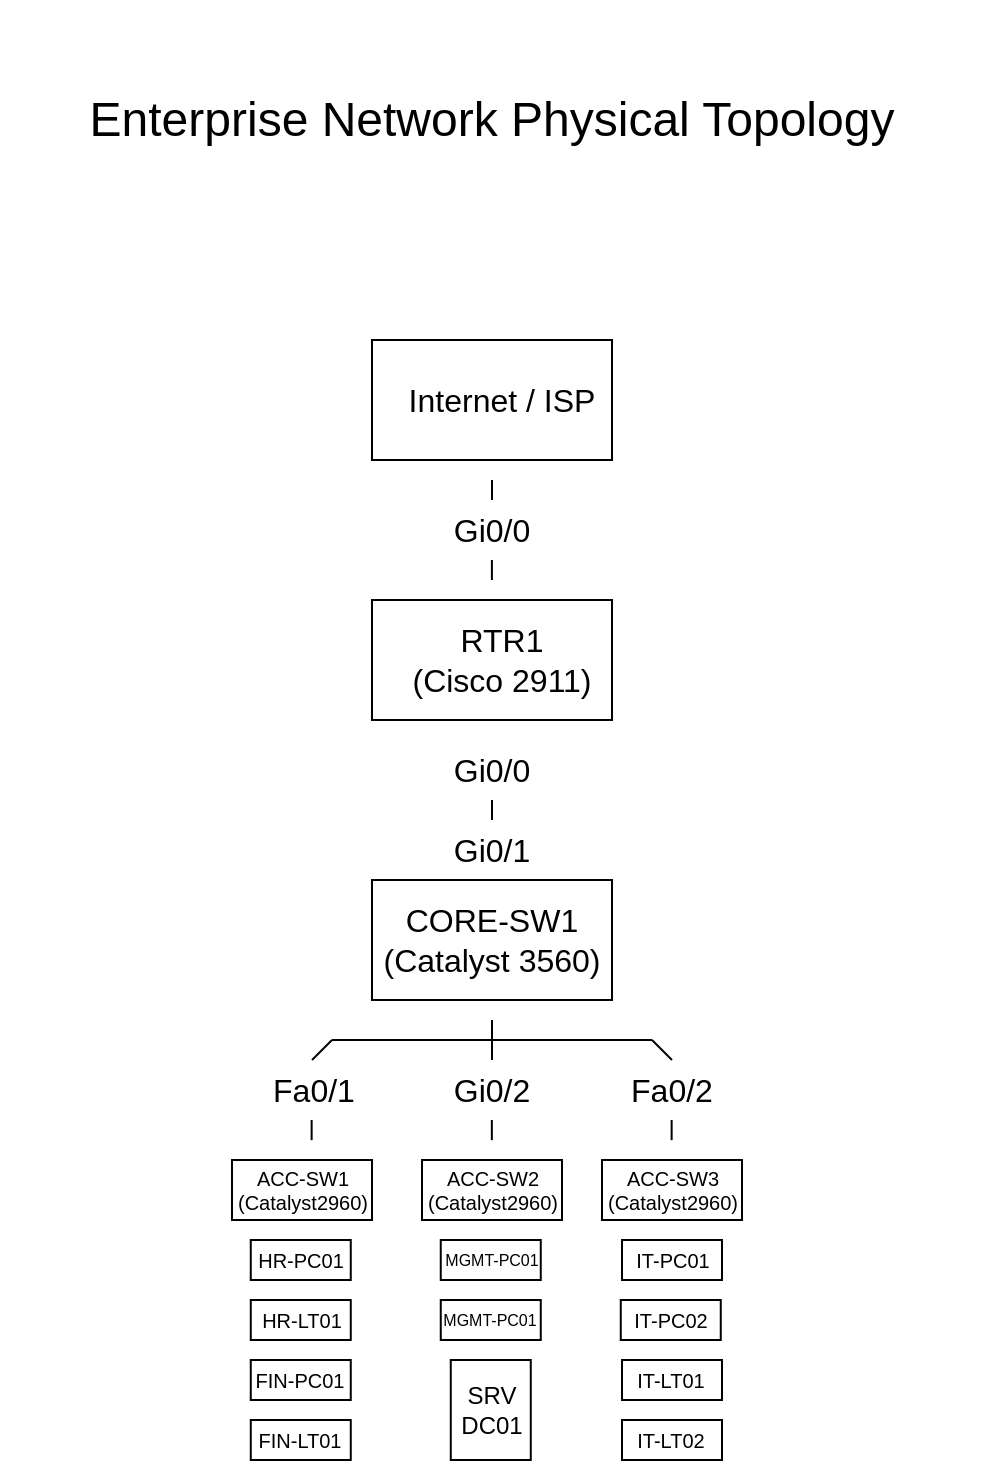
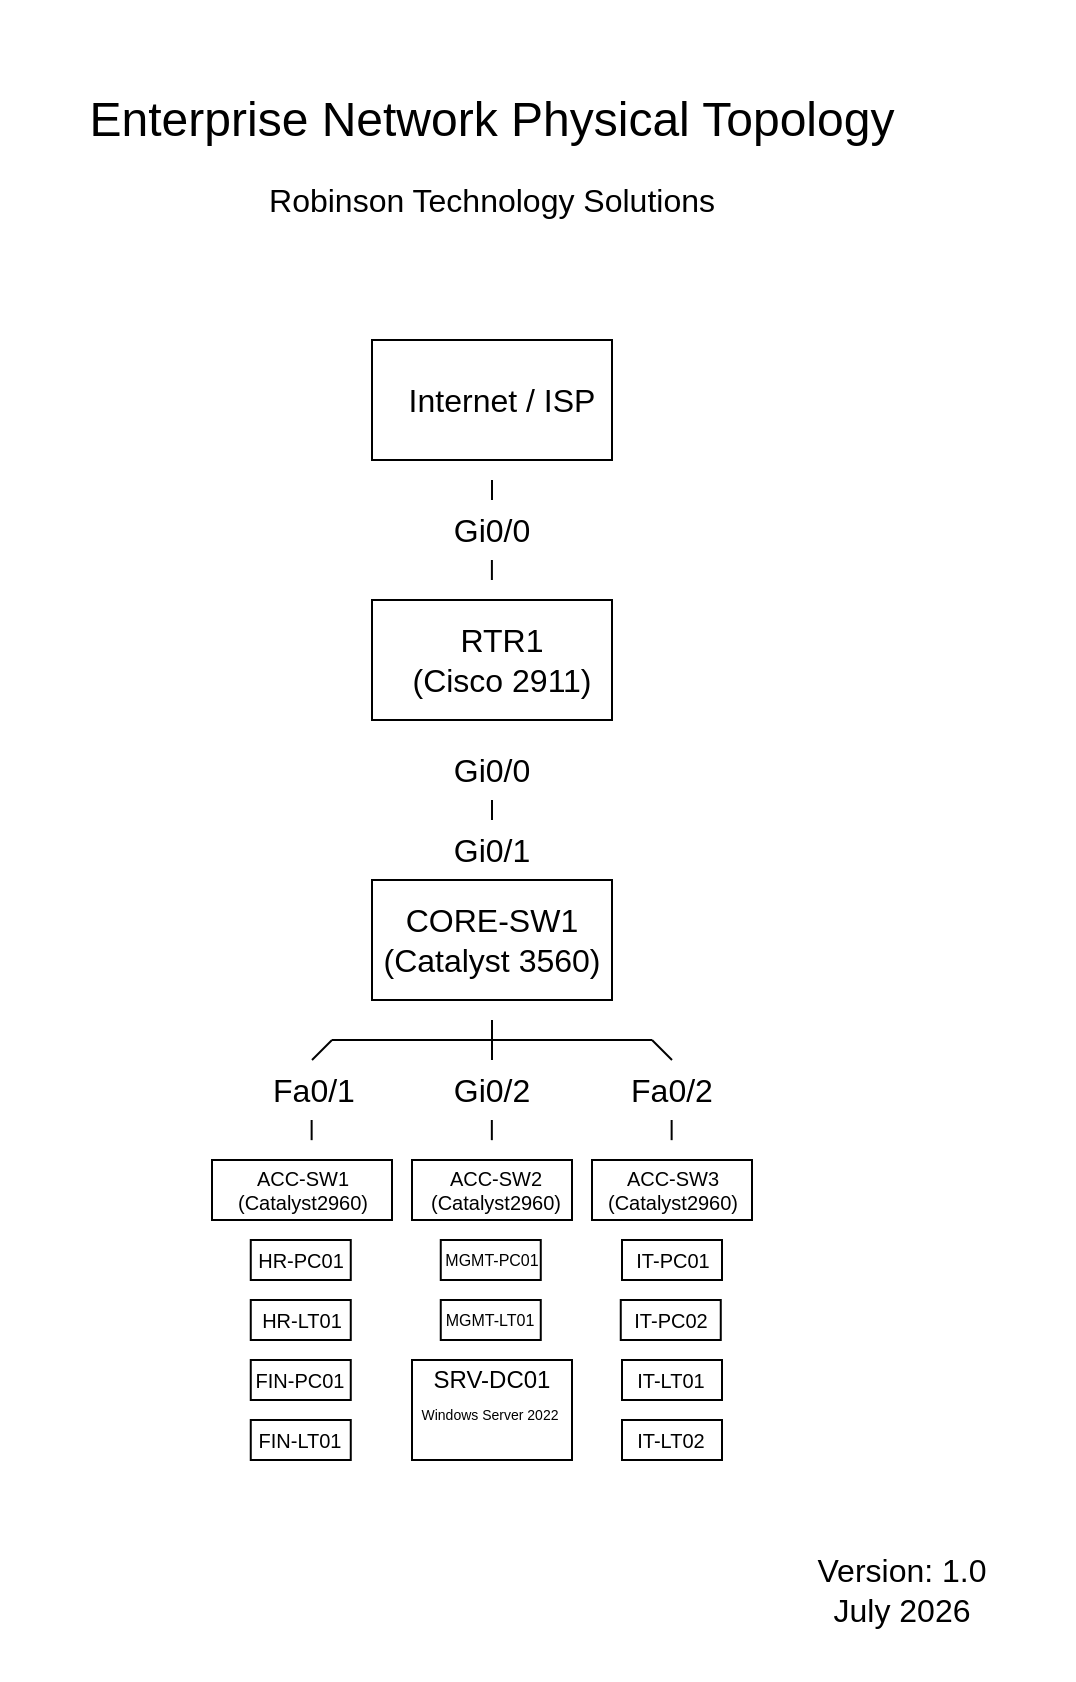
<mxfile host="app.diagrams.net">
  <diagram name="Page-1" id="nrHBfVMkrXwOKs-d-XcE">
-     <mxGraphModel dx="1225" dy="1122" grid="1" gridSize="10" guides="1" tooltips="1" connect="1" arrows="1" fold="1" page="1" pageScale="1" pageWidth="850" pageHeight="1100" math="0" shadow="0">
+     <mxGraphModel dx="793" dy="726" grid="1" gridSize="10" guides="1" tooltips="1" connect="1" arrows="1" fold="1" page="1" pageScale="1" pageWidth="850" pageHeight="1100" math="0" shadow="0">
      <root>
        <mxCell id="0" />
        <mxCell id="1" parent="0" />
        <mxCell id="PAGTaIKxO_D1mukXTtMI-1" parent="1" style="whiteSpace=wrap;html=1;" value="" vertex="1">
          <mxGeometry height="60" width="120" x="340" y="190" as="geometry" />
        </mxCell>
        <mxCell id="PAGTaIKxO_D1mukXTtMI-3" parent="1" style="text;html=1;whiteSpace=wrap;strokeColor=none;fillColor=none;align=center;verticalAlign=middle;rounded=0;fontSize=16;" value="&lt;div&gt;Internet /&amp;nbsp;&lt;span style=&quot;background-color: transparent; color: light-dark(rgb(0, 0, 0), rgb(255, 255, 255));&quot;&gt;ISP&lt;/span&gt;&lt;/div&gt;" vertex="1">
          <mxGeometry height="30" width="150" x="330" y="205" as="geometry" />
        </mxCell>
        <mxCell id="PAGTaIKxO_D1mukXTtMI-8" edge="1" parent="1" style="edgeStyle=none;orthogonalLoop=1;jettySize=auto;html=1;rounded=0;fontSize=12;startSize=8;endSize=8;curved=1;endArrow=none;endFill=0;" value="">
          <mxGeometry relative="1" width="120" as="geometry">
            <Array as="points" />
            <mxPoint x="400" y="260" as="sourcePoint" />
            <mxPoint x="400" y="270" as="targetPoint" />
          </mxGeometry>
        </mxCell>
        <mxCell id="PAGTaIKxO_D1mukXTtMI-9" parent="1" style="text;html=1;whiteSpace=wrap;strokeColor=none;fillColor=none;align=center;verticalAlign=middle;rounded=0;fontSize=16;" value="Gi0/0" vertex="1">
          <mxGeometry height="30" width="60" x="370" y="270" as="geometry" />
        </mxCell>
        <mxCell id="PAGTaIKxO_D1mukXTtMI-10" edge="1" parent="1" style="edgeStyle=none;orthogonalLoop=1;jettySize=auto;html=1;rounded=0;fontSize=12;startSize=8;endSize=8;curved=1;endArrow=none;endFill=0;" value="">
          <mxGeometry relative="1" width="120" as="geometry">
            <Array as="points" />
            <mxPoint x="399.95" y="310" as="sourcePoint" />
            <mxPoint x="399.95" y="300" as="targetPoint" />
          </mxGeometry>
        </mxCell>
        <mxCell id="PAGTaIKxO_D1mukXTtMI-11" parent="1" style="whiteSpace=wrap;html=1;" value="" vertex="1">
          <mxGeometry height="60" width="120" x="340" y="320" as="geometry" />
        </mxCell>
        <mxCell id="PAGTaIKxO_D1mukXTtMI-12" parent="1" style="text;html=1;whiteSpace=wrap;strokeColor=none;fillColor=none;align=center;verticalAlign=middle;rounded=0;fontSize=16;" value="RTR1&lt;div&gt;(Cisco 2911)&lt;/div&gt;" vertex="1">
          <mxGeometry height="30" width="110" x="350" y="335" as="geometry" />
        </mxCell>
        <mxCell id="PAGTaIKxO_D1mukXTtMI-13" parent="1" style="text;html=1;whiteSpace=wrap;strokeColor=none;fillColor=none;align=center;verticalAlign=middle;rounded=0;fontSize=16;" value="Gi0/0" vertex="1">
          <mxGeometry height="30" width="60" x="370" y="390" as="geometry" />
        </mxCell>
        <mxCell id="PAGTaIKxO_D1mukXTtMI-15" edge="1" parent="1" style="edgeStyle=none;orthogonalLoop=1;jettySize=auto;html=1;rounded=0;fontSize=12;startSize=8;endSize=8;curved=1;endArrow=none;endFill=0;" value="">
          <mxGeometry relative="1" width="120" as="geometry">
            <Array as="points" />
            <mxPoint x="400" y="420" as="sourcePoint" />
            <mxPoint x="400" y="430" as="targetPoint" />
          </mxGeometry>
        </mxCell>
        <mxCell id="PAGTaIKxO_D1mukXTtMI-16" parent="1" style="text;html=1;whiteSpace=wrap;strokeColor=none;fillColor=none;align=center;verticalAlign=middle;rounded=0;fontSize=16;" value="Gi0/1" vertex="1">
          <mxGeometry height="30" width="60" x="370" y="430" as="geometry" />
        </mxCell>
        <mxCell id="PAGTaIKxO_D1mukXTtMI-17" parent="1" style="whiteSpace=wrap;html=1;" value="" vertex="1">
          <mxGeometry height="60" width="120" x="340" y="460" as="geometry" />
        </mxCell>
        <mxCell id="PAGTaIKxO_D1mukXTtMI-18" parent="1" style="text;html=1;whiteSpace=wrap;strokeColor=none;fillColor=none;align=center;verticalAlign=middle;rounded=0;fontSize=16;" value="CORE-SW1&lt;div&gt;(Catalyst 3560)&lt;/div&gt;" vertex="1">
          <mxGeometry height="30" width="120" x="340" y="475" as="geometry" />
        </mxCell>
        <mxCell id="PAGTaIKxO_D1mukXTtMI-19" edge="1" parent="1" style="edgeStyle=none;orthogonalLoop=1;jettySize=auto;html=1;rounded=0;fontSize=12;startSize=8;endSize=8;curved=1;endArrow=none;endFill=0;" value="">
          <mxGeometry relative="1" width="120" as="geometry">
            <Array as="points" />
            <mxPoint x="400" y="530" as="sourcePoint" />
            <mxPoint x="400" y="540" as="targetPoint" />
          </mxGeometry>
        </mxCell>
        <mxCell id="PAGTaIKxO_D1mukXTtMI-20" edge="1" parent="1" style="edgeStyle=none;orthogonalLoop=1;jettySize=auto;html=1;rounded=0;fontSize=12;startSize=8;endSize=8;curved=1;endArrow=none;endFill=0;" value="">
          <mxGeometry relative="1" width="120" as="geometry">
            <Array as="points" />
            <mxPoint x="320" y="540" as="sourcePoint" />
            <mxPoint x="480" y="540" as="targetPoint" />
          </mxGeometry>
        </mxCell>
        <mxCell id="PAGTaIKxO_D1mukXTtMI-21" edge="1" parent="1" style="edgeStyle=none;orthogonalLoop=1;jettySize=auto;html=1;rounded=0;fontSize=12;startSize=8;endSize=8;curved=1;endArrow=none;endFill=0;" value="">
          <mxGeometry relative="1" width="120" as="geometry">
            <Array as="points" />
            <mxPoint x="400" y="540" as="sourcePoint" />
            <mxPoint x="400" y="550" as="targetPoint" />
          </mxGeometry>
        </mxCell>
        <mxCell id="PAGTaIKxO_D1mukXTtMI-23" edge="1" parent="1" style="edgeStyle=none;orthogonalLoop=1;jettySize=auto;html=1;rounded=0;fontSize=12;startSize=8;endSize=8;curved=1;endArrow=none;endFill=0;" value="">
          <mxGeometry relative="1" width="120" as="geometry">
            <Array as="points" />
            <mxPoint x="320" y="540" as="sourcePoint" />
            <mxPoint x="310" y="550" as="targetPoint" />
          </mxGeometry>
        </mxCell>
        <mxCell id="PAGTaIKxO_D1mukXTtMI-24" edge="1" parent="1" style="edgeStyle=none;orthogonalLoop=1;jettySize=auto;html=1;rounded=0;fontSize=12;startSize=8;endSize=8;curved=1;endArrow=none;endFill=0;" value="">
          <mxGeometry relative="1" width="120" as="geometry">
            <Array as="points" />
            <mxPoint x="490" y="550" as="sourcePoint" />
            <mxPoint x="480" y="540" as="targetPoint" />
          </mxGeometry>
        </mxCell>
        <mxCell id="PAGTaIKxO_D1mukXTtMI-25" parent="1" style="text;html=1;whiteSpace=wrap;strokeColor=none;fillColor=none;align=center;verticalAlign=middle;rounded=0;fontSize=16;" value="Fa0/1" vertex="1">
          <mxGeometry height="30" width="60" x="280.63" y="550" as="geometry" />
        </mxCell>
        <mxCell id="PAGTaIKxO_D1mukXTtMI-26" parent="1" style="text;html=1;whiteSpace=wrap;strokeColor=none;fillColor=none;align=center;verticalAlign=middle;rounded=0;fontSize=16;" value="Gi0/2" vertex="1">
          <mxGeometry height="30" width="60" x="370" y="550" as="geometry" />
        </mxCell>
        <mxCell id="PAGTaIKxO_D1mukXTtMI-27" parent="1" style="text;html=1;whiteSpace=wrap;strokeColor=none;fillColor=none;align=center;verticalAlign=middle;rounded=0;fontSize=16;" value="Fa0/2" vertex="1">
          <mxGeometry height="30" width="60" x="460" y="550" as="geometry" />
        </mxCell>
        <mxCell id="HQMXMfczDyNlfQodfAvz-1" edge="1" parent="1" style="edgeStyle=none;orthogonalLoop=1;jettySize=auto;html=1;rounded=0;fontSize=12;startSize=8;endSize=8;curved=1;endArrow=none;endFill=0;" value="">
          <mxGeometry relative="1" width="120" as="geometry">
            <Array as="points" />
            <mxPoint x="309.82" y="580" as="sourcePoint" />
            <mxPoint x="309.82" y="590.0799999999999" as="targetPoint" />
          </mxGeometry>
        </mxCell>
        <mxCell id="HQMXMfczDyNlfQodfAvz-2" edge="1" parent="1" style="edgeStyle=none;orthogonalLoop=1;jettySize=auto;html=1;rounded=0;fontSize=12;startSize=8;endSize=8;curved=1;endArrow=none;endFill=0;" value="">
          <mxGeometry relative="1" width="120" as="geometry">
            <Array as="points" />
            <mxPoint x="399.92" y="580" as="sourcePoint" />
            <mxPoint x="399.92" y="590.0799999999999" as="targetPoint" />
          </mxGeometry>
        </mxCell>
        <mxCell id="HQMXMfczDyNlfQodfAvz-3" edge="1" parent="1" style="edgeStyle=none;orthogonalLoop=1;jettySize=auto;html=1;rounded=0;fontSize=12;startSize=8;endSize=8;curved=1;endArrow=none;endFill=0;" value="">
          <mxGeometry relative="1" width="120" as="geometry">
            <Array as="points" />
            <mxPoint x="489.82" y="580" as="sourcePoint" />
            <mxPoint x="489.82" y="590.0799999999999" as="targetPoint" />
          </mxGeometry>
        </mxCell>
        <mxCell id="HQMXMfczDyNlfQodfAvz-4" parent="1" style="whiteSpace=wrap;html=1;" value="" vertex="1">
-           <mxGeometry height="30" width="70" x="270" y="600" as="geometry" />
+           <mxGeometry height="30" width="90" x="260" y="600" as="geometry" />
        </mxCell>
        <mxCell id="HQMXMfczDyNlfQodfAvz-8" parent="1" style="text;html=1;whiteSpace=wrap;strokeColor=none;fillColor=none;align=center;verticalAlign=middle;rounded=0;fontSize=10;" value="ACC-SW1&lt;div&gt;(Catalyst2960)&lt;/div&gt;" vertex="1">
          <mxGeometry width="48.75" x="280.63" y="615" as="geometry" />
        </mxCell>
        <mxCell id="HQMXMfczDyNlfQodfAvz-23" parent="1" style="rounded=0;whiteSpace=wrap;html=1;" value="" vertex="1">
-           <mxGeometry height="50" width="40" x="379.38" y="700" as="geometry" />
-         </mxCell>
-         <mxCell id="HQMXMfczDyNlfQodfAvz-41" parent="1" style="text;html=1;whiteSpace=wrap;strokeColor=none;fillColor=none;align=center;verticalAlign=middle;rounded=0;fontSize=12;" value="SRV DC01" vertex="1">
-           <mxGeometry height="10" width="60" x="370.01" y="720" as="geometry" />
+           <mxGeometry height="50" width="80" x="360" y="700" as="geometry" />
+         </mxCell>
+         <mxCell id="HQMXMfczDyNlfQodfAvz-41" parent="1" style="text;html=1;whiteSpace=wrap;strokeColor=none;fillColor=none;align=center;verticalAlign=middle;rounded=0;fontSize=12;" value="SRV-DC01" vertex="1">
+           <mxGeometry height="10" width="69.99" x="365.02" y="705" as="geometry" />
        </mxCell>
        <mxCell id="XVrmgv3D7Ls_zpOJ7r-V-2" parent="1" style="text;html=1;whiteSpace=wrap;strokeColor=none;fillColor=none;align=center;verticalAlign=middle;rounded=0;fontSize=24;" value="Enterprise Network Physical Topology" vertex="1">
          <mxGeometry height="120" width="492" x="154.01" y="20" as="geometry" />
        </mxCell>
        <mxCell id="XVrmgv3D7Ls_zpOJ7r-V-10" parent="1" style="whiteSpace=wrap;html=1;" value="" vertex="1">
-           <mxGeometry height="30" width="70" x="365" y="600" as="geometry" />
+           <mxGeometry height="30" width="80" x="360" y="600" as="geometry" />
        </mxCell>
        <mxCell id="XVrmgv3D7Ls_zpOJ7r-V-11" parent="1" style="text;html=1;whiteSpace=wrap;strokeColor=none;fillColor=none;align=center;verticalAlign=middle;rounded=0;fontSize=10;" value="ACC-SW2&lt;div&gt;&lt;div&gt;(Catalyst2960)&lt;/div&gt;&lt;/div&gt;" vertex="1">
-           <mxGeometry width="48.75" x="375.63" y="615" as="geometry" />
+           <mxGeometry width="44.38" x="380" y="615" as="geometry" />
        </mxCell>
        <mxCell id="XVrmgv3D7Ls_zpOJ7r-V-12" parent="1" style="whiteSpace=wrap;html=1;" value="" vertex="1">
-           <mxGeometry height="30" width="70" x="455" y="600" as="geometry" />
+           <mxGeometry height="30" width="80" x="450" y="600" as="geometry" />
        </mxCell>
        <mxCell id="XVrmgv3D7Ls_zpOJ7r-V-13" parent="1" style="text;html=1;whiteSpace=wrap;strokeColor=none;fillColor=none;align=center;verticalAlign=middle;rounded=0;fontSize=10;" value="ACC-SW3&lt;div&gt;(Catalyst2960)&lt;/div&gt;" vertex="1">
          <mxGeometry width="48.75" x="465.63" y="615" as="geometry" />
        </mxCell>
        <mxCell id="XVrmgv3D7Ls_zpOJ7r-V-14" parent="1" style="rounded=0;whiteSpace=wrap;html=1;" value="" vertex="1">
          <mxGeometry height="20" width="50" x="279.38" y="640" as="geometry" />
        </mxCell>
        <mxCell id="XVrmgv3D7Ls_zpOJ7r-V-15" parent="1" style="rounded=0;whiteSpace=wrap;html=1;" value="" vertex="1">
          <mxGeometry height="20" width="50" x="279.38" y="670" as="geometry" />
        </mxCell>
        <mxCell id="XVrmgv3D7Ls_zpOJ7r-V-16" parent="1" style="rounded=0;whiteSpace=wrap;html=1;" value="" vertex="1">
          <mxGeometry height="20" width="50" x="279.38" y="700" as="geometry" />
        </mxCell>
        <mxCell id="XVrmgv3D7Ls_zpOJ7r-V-17" parent="1" style="rounded=0;whiteSpace=wrap;html=1;" value="" vertex="1">
          <mxGeometry height="20" width="50" x="279.38" y="730" as="geometry" />
        </mxCell>
        <mxCell id="XVrmgv3D7Ls_zpOJ7r-V-18" parent="1" style="rounded=0;whiteSpace=wrap;html=1;" value="" vertex="1">
          <mxGeometry height="20" width="50" x="374.38" y="640" as="geometry" />
        </mxCell>
        <mxCell id="XVrmgv3D7Ls_zpOJ7r-V-19" parent="1" style="rounded=0;whiteSpace=wrap;html=1;" value="" vertex="1">
          <mxGeometry height="20" width="50" x="374.38" y="670" as="geometry" />
        </mxCell>
        <mxCell id="XVrmgv3D7Ls_zpOJ7r-V-20" parent="1" style="rounded=0;whiteSpace=wrap;html=1;" value="" vertex="1">
          <mxGeometry height="20" width="50" x="465" y="640" as="geometry" />
        </mxCell>
        <mxCell id="XVrmgv3D7Ls_zpOJ7r-V-21" parent="1" style="rounded=0;whiteSpace=wrap;html=1;" value="" vertex="1">
          <mxGeometry height="20" width="50" x="464.38" y="670" as="geometry" />
        </mxCell>
        <mxCell id="XVrmgv3D7Ls_zpOJ7r-V-22" parent="1" style="rounded=0;whiteSpace=wrap;html=1;" value="" vertex="1">
          <mxGeometry height="20" width="50" x="465" y="700" as="geometry" />
        </mxCell>
        <mxCell id="XVrmgv3D7Ls_zpOJ7r-V-23" parent="1" style="rounded=0;whiteSpace=wrap;html=1;" value="" vertex="1">
          <mxGeometry height="20" width="50" x="465" y="730" as="geometry" />
        </mxCell>
        <mxCell id="XVrmgv3D7Ls_zpOJ7r-V-24" parent="1" style="text;html=1;whiteSpace=wrap;strokeColor=none;fillColor=none;align=center;verticalAlign=middle;rounded=0;fontSize=10;" value="HR-PC01" vertex="1">
          <mxGeometry height="30" width="60.62" x="274.07" y="635" as="geometry" />
        </mxCell>
        <mxCell id="XVrmgv3D7Ls_zpOJ7r-V-25" parent="1" style="text;html=1;whiteSpace=wrap;strokeColor=none;fillColor=none;align=center;verticalAlign=middle;rounded=0;fontSize=10;" value="HR-LT01" vertex="1">
          <mxGeometry height="30" width="70" x="270" y="665" as="geometry" />
        </mxCell>
        <mxCell id="XVrmgv3D7Ls_zpOJ7r-V-26" parent="1" style="text;html=1;whiteSpace=wrap;strokeColor=none;fillColor=none;align=center;verticalAlign=middle;rounded=0;fontSize=10;" value="FIN-PC01" vertex="1">
          <mxGeometry height="30" width="70" x="269.38" y="695" as="geometry" />
        </mxCell>
        <mxCell id="XVrmgv3D7Ls_zpOJ7r-V-27" parent="1" style="text;html=1;whiteSpace=wrap;strokeColor=none;fillColor=none;align=center;verticalAlign=middle;rounded=0;fontSize=10;" value="FIN-LT01" vertex="1">
          <mxGeometry height="30" width="70" x="269.38" y="725" as="geometry" />
        </mxCell>
        <mxCell id="XVrmgv3D7Ls_zpOJ7r-V-28" parent="1" style="text;html=1;whiteSpace=wrap;strokeColor=none;fillColor=none;align=center;verticalAlign=middle;rounded=0;fontSize=8&#xa;;" value="MGMT-PC01" vertex="1">
          <mxGeometry height="30" width="70" x="365.01" y="635" as="geometry" />
        </mxCell>
-         <mxCell id="XVrmgv3D7Ls_zpOJ7r-V-29" parent="1" style="text;html=1;whiteSpace=wrap;strokeColor=none;fillColor=none;align=center;verticalAlign=middle;rounded=0;fontSize=8&#xa;;" value="MGMT-PC01" vertex="1">
+         <mxCell id="XVrmgv3D7Ls_zpOJ7r-V-29" parent="1" style="text;html=1;whiteSpace=wrap;strokeColor=none;fillColor=none;align=center;verticalAlign=middle;rounded=0;fontSize=8&#xa;;" value="MGMT-LT01" vertex="1">
          <mxGeometry height="30" width="70" x="364.38" y="665" as="geometry" />
        </mxCell>
        <mxCell id="XVrmgv3D7Ls_zpOJ7r-V-31" parent="1" style="text;html=1;whiteSpace=wrap;strokeColor=none;fillColor=none;align=center;verticalAlign=middle;rounded=0;fontSize=10;" value="IT-PC01" vertex="1">
          <mxGeometry height="30" width="60.62" x="459.69" y="635" as="geometry" />
        </mxCell>
        <mxCell id="XVrmgv3D7Ls_zpOJ7r-V-32" parent="1" style="text;html=1;whiteSpace=wrap;strokeColor=none;fillColor=none;align=center;verticalAlign=middle;rounded=0;fontSize=10;" value="IT-PC02" vertex="1">
          <mxGeometry height="30" width="60.62" x="459.07" y="665" as="geometry" />
        </mxCell>
        <mxCell id="XVrmgv3D7Ls_zpOJ7r-V-33" parent="1" style="text;html=1;whiteSpace=wrap;strokeColor=none;fillColor=none;align=center;verticalAlign=middle;rounded=0;fontSize=10;" value="IT-LT01" vertex="1">
          <mxGeometry height="30" width="60.62" x="459.07" y="695" as="geometry" />
        </mxCell>
        <mxCell id="XVrmgv3D7Ls_zpOJ7r-V-34" parent="1" style="text;html=1;whiteSpace=wrap;strokeColor=none;fillColor=none;align=center;verticalAlign=middle;rounded=0;fontSize=10;" value="IT-LT02" vertex="1">
          <mxGeometry height="30" width="60.62" x="459.07" y="725" as="geometry" />
+         </mxCell>
+         <mxCell id="XVrmgv3D7Ls_zpOJ7r-V-35" parent="1" style="text;html=1;whiteSpace=wrap;strokeColor=none;fillColor=none;align=center;verticalAlign=middle;rounded=0;fontSize=16;" value="Version: 1.0&lt;div&gt;July 2026&lt;/div&gt;" vertex="1">
+           <mxGeometry height="90" width="170" x="520.31" y="770" as="geometry" />
+         </mxCell>
+         <mxCell id="XVrmgv3D7Ls_zpOJ7r-V-36" parent="1" style="text;html=1;whiteSpace=wrap;strokeColor=none;fillColor=none;align=center;verticalAlign=middle;rounded=0;fontSize=7;" value="Windows Server 2022" vertex="1">
+           <mxGeometry height="25" width="90" x="354.38" y="715" as="geometry" />
+         </mxCell>
+         <mxCell id="XVrmgv3D7Ls_zpOJ7r-V-38" parent="1" style="text;html=1;whiteSpace=wrap;strokeColor=none;fillColor=none;align=center;verticalAlign=middle;rounded=0;fontSize=16;" value="Robinson Technology Solutions" vertex="1">
+           <mxGeometry height="60" width="300" x="250" y="90" as="geometry" />
        </mxCell>
      </root>
    </mxGraphModel>
  </diagram>
</mxfile>
